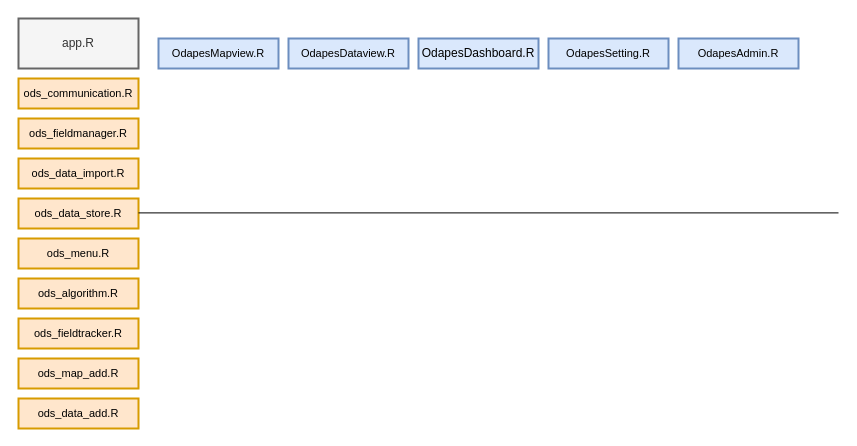
Before: Untitled Diagram.drawio in ODAPES/system_documentation, a draw.io diagram. Source tidied: cells renumbered, new cells numbered last; positions are measured from the earlier drawing's top-left corner, leaving out a move shared by most shapes. Both pictures are drawn from the tidied source at 100%, with x=0, y=0 at pixel (18, 18).
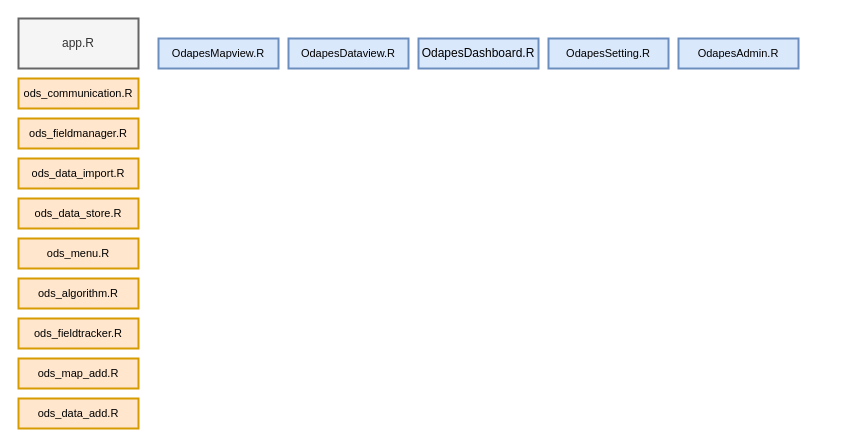
Above is the later version.

What changed in the source:
```diff
@@
 <mxGraphModel>
   <root>
     <mxCell id="0" />
     <mxCell id="1" parent="0" />
     <mxCell id="2" value="app.R" style="text;html=1;strokeColor=#666666;fillColor=#f5f5f5;align=center;verticalAlign=middle;whiteSpace=wrap;rounded=0;strokeWidth=2;fontColor=#333333;" parent="1" vertex="1">
       <mxGeometry width="120" height="50" as="geometry" />
     </mxCell>
     <mxCell id="3" value="&lt;font style=&quot;font-size: 11px;&quot;&gt;OdapesDataview.R&lt;/font&gt;" style="text;html=1;strokeColor=#6c8ebf;fillColor=#dae8fc;align=center;verticalAlign=middle;whiteSpace=wrap;rounded=0;strokeWidth=2;" parent="1" vertex="1">
       <mxGeometry x="270" y="20" width="120" height="30" as="geometry" />
     </mxCell>
     <mxCell id="4" value="&lt;font style=&quot;font-size: 11px;&quot;&gt;OdapesMapview.R&lt;/font&gt;" style="text;html=1;strokeColor=#6c8ebf;fillColor=#dae8fc;align=center;verticalAlign=middle;whiteSpace=wrap;rounded=0;strokeWidth=2;" parent="1" vertex="1">
       <mxGeometry x="140" y="20" width="120" height="30" as="geometry" />
     </mxCell>
     <mxCell id="5" value="&lt;font style=&quot;font-size: 11px;&quot;&gt;OdapesSetting.R&lt;/font&gt;" style="text;html=1;strokeColor=#6c8ebf;fillColor=#dae8fc;align=center;verticalAlign=middle;whiteSpace=wrap;rounded=0;strokeWidth=2;" parent="1" vertex="1">
       <mxGeometry x="530" y="20" width="120" height="30" as="geometry" />
     </mxCell>
     <mxCell id="6" value="OdapesDashboard.R" style="text;html=1;strokeColor=#6c8ebf;fillColor=#dae8fc;align=center;verticalAlign=middle;whiteSpace=wrap;rounded=0;strokeWidth=2;" parent="1" vertex="1">
       <mxGeometry x="400" y="20" width="120" height="30" as="geometry" />
     </mxCell>
     <mxCell id="7" value="&lt;font style=&quot;font-size: 11px;&quot;&gt;OdapesAdmin.R&lt;/font&gt;" style="text;html=1;strokeColor=#6c8ebf;fillColor=#dae8fc;align=center;verticalAlign=middle;whiteSpace=wrap;rounded=0;strokeWidth=2;" parent="1" vertex="1">
       <mxGeometry x="660" y="20" width="120" height="30" as="geometry" />
     </mxCell>
     <mxCell id="8" value="&lt;font style=&quot;font-size: 11px;&quot;&gt;ods_fieldmanager.R&lt;/font&gt;" style="text;html=1;strokeColor=#d79b00;fillColor=#ffe6cc;align=center;verticalAlign=middle;whiteSpace=wrap;rounded=0;strokeWidth=2;" parent="1" vertex="1">
       <mxGeometry y="100" width="120" height="30" as="geometry" />
     </mxCell>
     <mxCell id="9" value="&lt;font style=&quot;font-size: 11px;&quot;&gt;ods_communication.R&lt;/font&gt;" style="text;html=1;strokeColor=#d79b00;fillColor=#ffe6cc;align=center;verticalAlign=middle;whiteSpace=wrap;rounded=0;strokeWidth=2;" parent="1" vertex="1">
       <mxGeometry y="60" width="120" height="30" as="geometry" />
     </mxCell>
     <mxCell id="10" value="&lt;font style=&quot;font-size: 11px;&quot;&gt;ods_data_import.R&lt;/font&gt;" style="text;html=1;strokeColor=#d79b00;fillColor=#ffe6cc;align=center;verticalAlign=middle;whiteSpace=wrap;rounded=0;strokeWidth=2;" parent="1" vertex="1">
       <mxGeometry y="140" width="120" height="30" as="geometry" />
     </mxCell>
     <mxCell id="11" value="&lt;font style=&quot;font-size: 11px;&quot;&gt;ods_data_store.R&lt;/font&gt;" style="text;html=1;strokeColor=#d79b00;fillColor=#ffe6cc;align=center;verticalAlign=middle;whiteSpace=wrap;rounded=0;strokeWidth=2;" parent="1" vertex="1">
       <mxGeometry y="180" width="120" height="30" as="geometry" />
     </mxCell>
     <mxCell id="12" value="&lt;font style=&quot;font-size: 11px;&quot;&gt;ods_menu.R&lt;/font&gt;" style="text;html=1;strokeColor=#d79b00;fillColor=#ffe6cc;align=center;verticalAlign=middle;whiteSpace=wrap;rounded=0;strokeWidth=2;" parent="1" vertex="1">
       <mxGeometry y="220" width="120" height="30" as="geometry" />
     </mxCell>
     <mxCell id="13" value="&lt;font style=&quot;font-size: 11px;&quot;&gt;ods_algorithm.R&lt;/font&gt;" style="text;html=1;strokeColor=#d79b00;fillColor=#ffe6cc;align=center;verticalAlign=middle;whiteSpace=wrap;rounded=0;strokeWidth=2;" parent="1" vertex="1">
       <mxGeometry y="260" width="120" height="30" as="geometry" />
     </mxCell>
     <mxCell id="14" value="&lt;font style=&quot;font-size: 11px;&quot;&gt;ods_fieldtracker.R&lt;/font&gt;" style="text;html=1;strokeColor=#d79b00;fillColor=#ffe6cc;align=center;verticalAlign=middle;whiteSpace=wrap;rounded=0;strokeWidth=2;" parent="1" vertex="1">
       <mxGeometry y="300" width="120" height="30" as="geometry" />
     </mxCell>
     <mxCell id="15" value="&lt;font style=&quot;font-size: 11px;&quot;&gt;ods_map_add.R&lt;/font&gt;" style="text;html=1;strokeColor=#d79b00;fillColor=#ffe6cc;align=center;verticalAlign=middle;whiteSpace=wrap;rounded=0;strokeWidth=2;" parent="1" vertex="1">
       <mxGeometry y="340" width="120" height="30" as="geometry" />
     </mxCell>
     <mxCell id="16" value="&lt;font style=&quot;font-size: 11px;&quot;&gt;ods_data_add.R&lt;/font&gt;" style="text;html=1;strokeColor=#d79b00;fillColor=#ffe6cc;align=center;verticalAlign=middle;whiteSpace=wrap;rounded=0;strokeWidth=2;" parent="1" vertex="1">
       <mxGeometry y="380" width="120" height="30" as="geometry" />
     </mxCell>
-    <mxCell id="17" style="endArrow=none;html=1;rounded=0;fontSize=11;" parent="1" edge="1">
-      <mxGeometry relative="1" as="geometry">
-        <mxPoint x="120" y="194.4" as="sourcePoint" />
-        <mxPoint x="820" y="194.4" as="targetPoint" />
-      </mxGeometry>
-    </mxCell>
   </root>
 </mxGraphModel>
```
